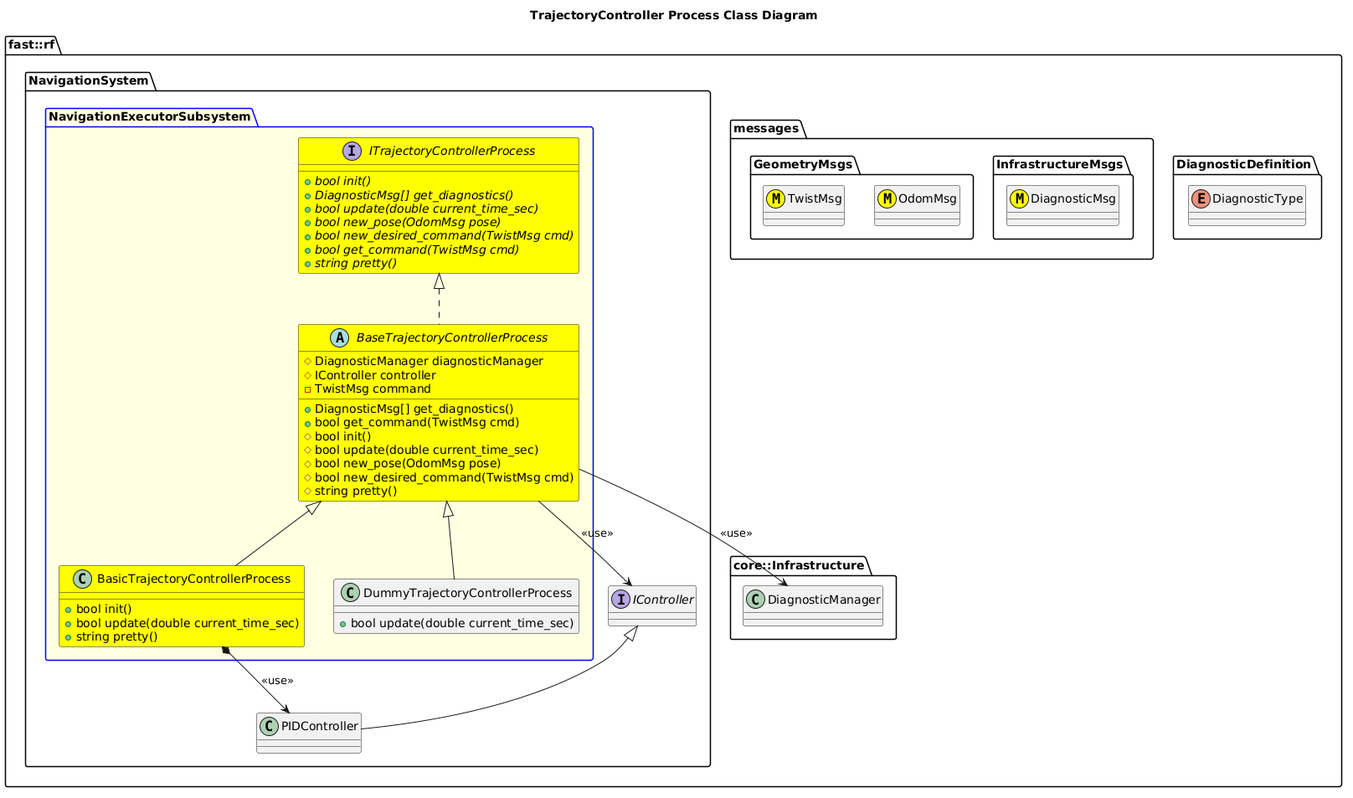
This is Systems/Navigation/Subsystems/NavigationExecutor/Processes/TrajectoryController/doc/puml/TrajectoryControllerProcessClassDiagram.png from fastrobotics/robot_framework, a PlantUML export, as it was before one commit.
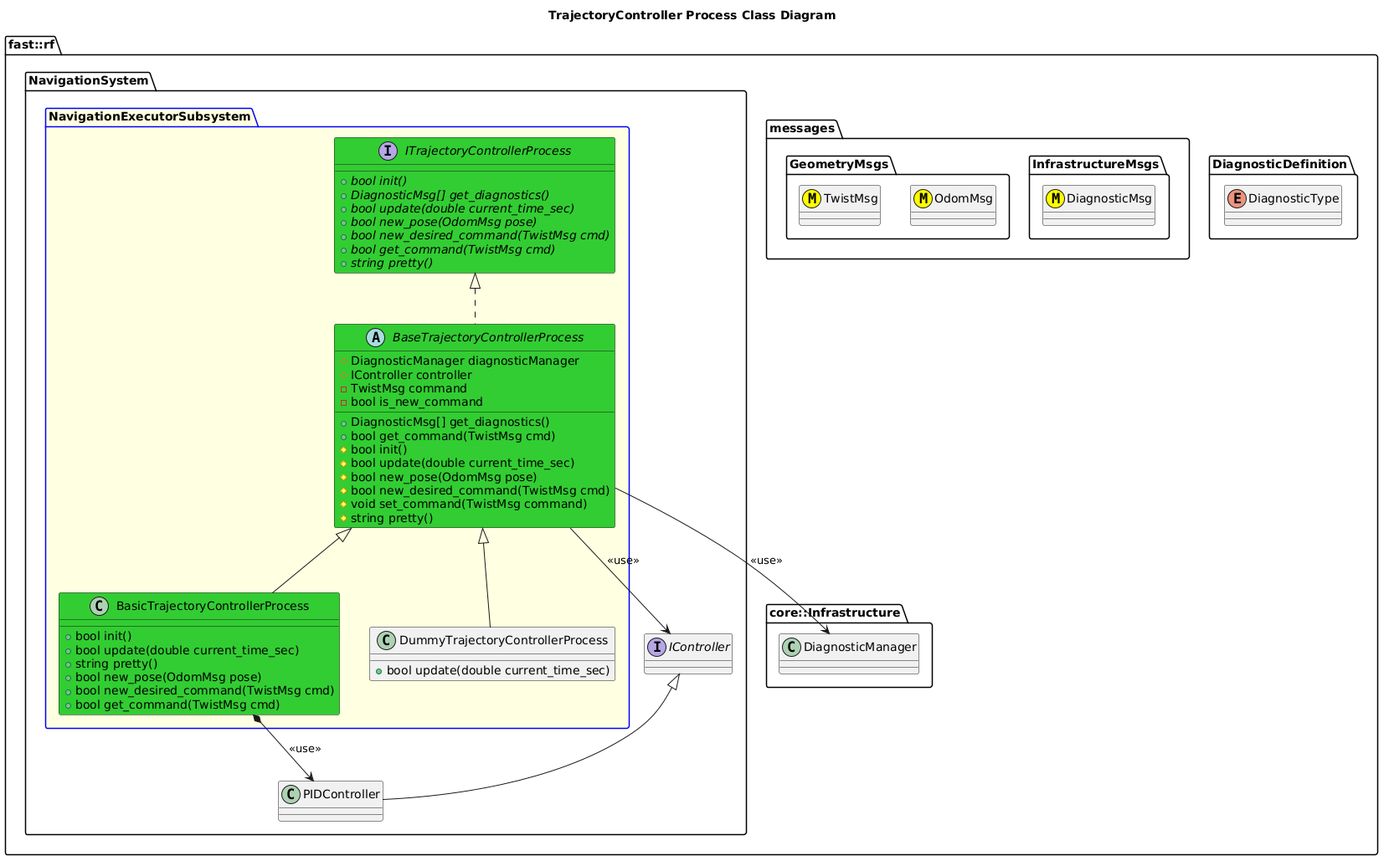
After the commit.

The edit, as a diff of the source:
```diff
@@ -22,7 +22,7 @@
     class PIDController
     PIDController -up-|> IController
     package NavigationExecutorSubsystem #LightYellow;line:blue {
-        interface ITrajectoryControllerProcess #Yellow  {
+        interface ITrajectoryControllerProcess #LimeGreen  {
           +{abstract} bool init()
           +{abstract} DiagnosticMsg[] get_diagnostics()
           +{abstract} bool update(double current_time_sec)
@@ -31,26 +31,32 @@
           +{abstract} bool get_command(TwistMsg cmd)
           +{abstract} string pretty()
         }
-        abstract BaseTrajectoryControllerProcess #Yellow {
+        abstract BaseTrajectoryControllerProcess #LimeGreen {
           +DiagnosticMsg[] get_diagnostics()
           +bool get_command(TwistMsg cmd)
           #bool init()
           #bool update(double current_time_sec)
           #bool new_pose(OdomMsg pose)
           #bool new_desired_command(TwistMsg cmd)
+          #void set_command(TwistMsg command)
           #string pretty()
           #DiagnosticManager diagnosticManager
           #IController controller
           -TwistMsg command
+          -bool is_new_command
 
         }
         BaseTrajectoryControllerProcess --> IController: <<use>>
         BaseTrajectoryControllerProcess --> DiagnosticManager: <<use>>
         BaseTrajectoryControllerProcess .up.|> ITrajectoryControllerProcess
-        class BasicTrajectoryControllerProcess #Yellow {
+        class BasicTrajectoryControllerProcess #LimeGreen {
           +bool init()
           +bool update(double current_time_sec)
           +string pretty()
+          +bool new_pose(OdomMsg pose)
+          +bool new_desired_command(TwistMsg cmd)
+          +bool get_command(TwistMsg cmd)
+
         }
         BasicTrajectoryControllerProcess -up-|> BaseTrajectoryControllerProcess
         BasicTrajectoryControllerProcess *-> PIDController: <<use>>
```
